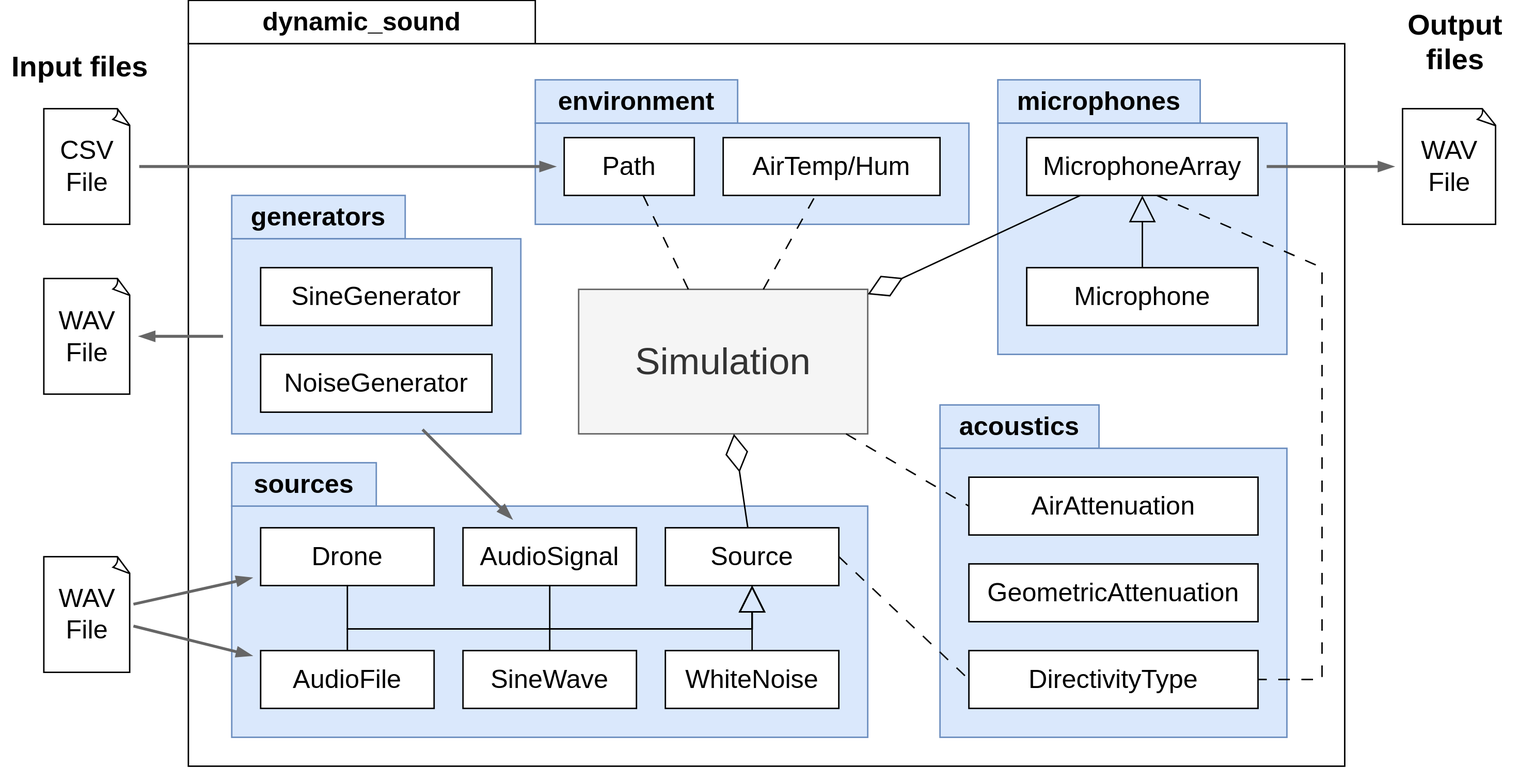
This is docs/_static/img/uml_simplified.drawio.svg from vlsi-nanocomputing/dynamic-sound, a draw.io export, as it was before one commit. Source tidied: cells renumbered, new cells last; positions are measured from the earlier drawing's top-left corner, leaving out a move shared by most shapes.
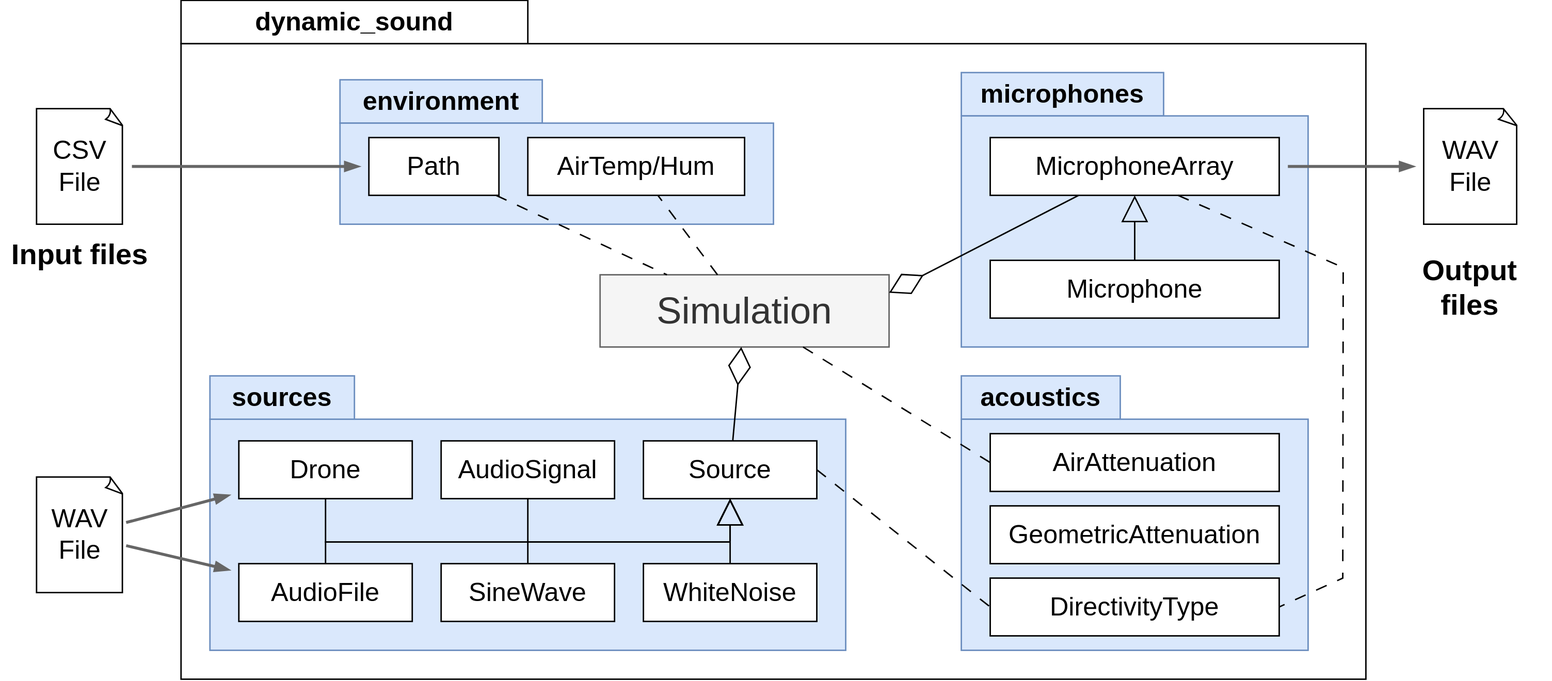
The same diagram one commit later.

The edit, as a diff of the source:
```diff
@@ -3,63 +3,57 @@
     <mxCell id="0" />
     <mxCell id="1" parent="0" />
     <mxCell id="2" value="Output files" style="rounded=1;whiteSpace=wrap;html=1;dashed=1;strokeWidth=1;labelPosition=center;verticalLabelPosition=top;align=center;verticalAlign=bottom;fontSize=20;fontStyle=1;fillColor=none;strokeColor=none;horizontal=1;" parent="1" vertex="1">
-      <mxGeometry x="950" y="55" width="112.5" height="195" as="geometry" />
+      <mxGeometry x="946.2" y="225" width="112.5" height="30" as="geometry" />
     </mxCell>
     <mxCell id="3" value="Input files" style="rounded=1;whiteSpace=wrap;html=1;dashed=1;strokeWidth=2;labelPosition=center;verticalLabelPosition=top;align=center;verticalAlign=bottom;fontSize=20;fontStyle=1;fillColor=none;strokeColor=none;horizontal=1;spacing=2;spacingTop=0;" parent="1" vertex="1">
-      <mxGeometry y="60" width="110" height="450" as="geometry" />
+      <mxGeometry x="-15" y="190" width="110" height="60" as="geometry" />
     </mxCell>
     <mxCell id="4" value="dynamic_sound" style="rounded=0;whiteSpace=wrap;html=1;fontSize=18;fontStyle=1;" parent="1" vertex="1">
-      <mxGeometry x="130" width="240" height="30" as="geometry" />
+      <mxGeometry x="110" width="240" height="30" as="geometry" />
     </mxCell>
     <mxCell id="5" style="rounded=0;whiteSpace=wrap;html=1;" parent="1" vertex="1">
-      <mxGeometry x="130" y="30" width="800" height="500" as="geometry" />
+      <mxGeometry x="110" y="30" width="820" height="440" as="geometry" />
     </mxCell>
     <mxCell id="6" value="environment" style="rounded=0;whiteSpace=wrap;html=1;fontSize=18;fontStyle=1;fillColor=#dae8fc;strokeColor=#6c8ebf;" parent="1" vertex="1">
-      <mxGeometry x="370" y="55" width="140" height="30" as="geometry" />
+      <mxGeometry x="220" y="55" width="140" height="30" as="geometry" />
     </mxCell>
     <mxCell id="7" style="rounded=0;whiteSpace=wrap;html=1;fontSize=18;fontStyle=1;fillColor=#dae8fc;strokeColor=#6c8ebf;" parent="1" vertex="1">
-      <mxGeometry x="370" y="85" width="300" height="70" as="geometry" />
+      <mxGeometry x="220" y="85" width="300" height="70" as="geometry" />
     </mxCell>
     <mxCell id="8" value="acoustics" style="rounded=0;whiteSpace=wrap;html=1;fontSize=18;fontStyle=1;fillColor=#dae8fc;strokeColor=#6c8ebf;" parent="1" vertex="1">
-      <mxGeometry x="650" y="280" width="110" height="30" as="geometry" />
+      <mxGeometry x="650" y="260" width="110" height="30" as="geometry" />
     </mxCell>
     <mxCell id="9" style="rounded=0;whiteSpace=wrap;html=1;fillColor=#dae8fc;strokeColor=#6c8ebf;" parent="1" vertex="1">
-      <mxGeometry x="650" y="310" width="240" height="200" as="geometry" />
+      <mxGeometry x="650" y="290" width="240" height="160" as="geometry" />
     </mxCell>
     <mxCell id="10" value="microphones" style="rounded=0;whiteSpace=wrap;html=1;fontSize=18;fontStyle=1;fillColor=#dae8fc;strokeColor=#6c8ebf;" parent="1" vertex="1">
-      <mxGeometry x="690" y="55" width="140" height="30" as="geometry" />
+      <mxGeometry x="650" y="50" width="140" height="30" as="geometry" />
     </mxCell>
     <mxCell id="11" style="rounded=0;whiteSpace=wrap;html=1;fillColor=#dae8fc;strokeColor=#6c8ebf;" parent="1" vertex="1">
-      <mxGeometry x="690" y="85" width="200" height="160" as="geometry" />
+      <mxGeometry x="650" y="80" width="240" height="160" as="geometry" />
     </mxCell>
-    <mxCell id="12" value="generators" style="rounded=0;whiteSpace=wrap;html=1;fontSize=18;fontStyle=1;fillColor=#dae8fc;strokeColor=#6c8ebf;" parent="1" vertex="1">
-      <mxGeometry x="160" y="135" width="120" height="30" as="geometry" />
-    </mxCell>
-    <mxCell id="13" style="rounded=0;whiteSpace=wrap;html=1;fillColor=#dae8fc;strokeColor=#6c8ebf;" parent="1" vertex="1">
-      <mxGeometry x="160" y="165" width="200" height="135" as="geometry" />
-    </mxCell>
     <mxCell id="14" value="&lt;font style=&quot;font-size: 26px;&quot;&gt;Simulation&lt;/font&gt;" style="rounded=0;whiteSpace=wrap;html=1;fontSize=18;fontStyle=0;fillColor=#f5f5f5;strokeColor=#666666;fontColor=#333333;" parent="1" vertex="1">
-      <mxGeometry x="400" y="200" width="200" height="100" as="geometry" />
+      <mxGeometry x="400" y="190" width="200" height="50" as="geometry" />
     </mxCell>
     <mxCell id="15" value="Microphone" style="rounded=0;whiteSpace=wrap;html=1;fontSize=18;fontStyle=0;" parent="1" vertex="1">
-      <mxGeometry x="710" y="185" width="160" height="40" as="geometry" />
+      <mxGeometry x="670" y="180" width="200" height="40" as="geometry" />
     </mxCell>
     <mxCell id="16" value="MicrophoneArray" style="rounded=0;whiteSpace=wrap;html=1;fontSize=18;fontStyle=0;" parent="1" vertex="1">
-      <mxGeometry x="710" y="95" width="160" height="40" as="geometry" />
+      <mxGeometry x="670" y="95" width="200" height="40" as="geometry" />
     </mxCell>
     <mxCell id="17" style="endArrow=block;endSize=16;endFill=0;html=1;rounded=0;" parent="1" edge="1" source="15" target="16">
       <mxGeometry x="-0.02" y="-29" relative="1" as="geometry" />
     </mxCell>
     <mxCell id="18" value="AirAttenuation" style="rounded=0;whiteSpace=wrap;html=1;fontSize=18;fontStyle=0;" parent="1" vertex="1">
-      <mxGeometry x="670" y="330" width="200" height="40" as="geometry" />
+      <mxGeometry x="670" y="300" width="200" height="40" as="geometry" />
     </mxCell>
     <mxCell id="19" value="Path" style="rounded=0;whiteSpace=wrap;html=1;fontSize=18;fontStyle=0;" parent="1" vertex="1">
-      <mxGeometry x="390" y="95" width="90" height="40" as="geometry" />
+      <mxGeometry x="240" y="95" width="90" height="40" as="geometry" />
     </mxCell>
     <mxCell id="20" value="AirTemp/Hum" style="rounded=0;whiteSpace=wrap;html=1;fontSize=18;fontStyle=0;" parent="1" vertex="1">
-      <mxGeometry x="500" y="95" width="150" height="40" as="geometry" />
+      <mxGeometry x="350" y="95" width="150" height="40" as="geometry" />
     </mxCell>
-    <mxCell id="21" style="endArrow=none;startArrow=diamondThin;endFill=0;startFill=0;html=1;verticalAlign=bottom;labelBackgroundColor=none;strokeWidth=1;startSize=24;endSize=8;rounded=0;" parent="1" edge="1" source="14" target="16">
+    <mxCell id="21" style="endArrow=none;startArrow=diamondThin;endFill=0;startFill=0;html=1;verticalAlign=bottom;labelBackgroundColor=none;strokeWidth=1;startSize=24;endSize=8;rounded=0;exitX=1;exitY=0.25;exitDx=0;exitDy=0;" parent="1" edge="1" source="14" target="16">
       <mxGeometry relative="1" as="geometry" />
     </mxCell>
     <mxCell id="22" style="endArrow=none;startArrow=none;endFill=0;startFill=0;html=1;verticalAlign=bottom;labelBackgroundColor=none;strokeWidth=1;startSize=24;endSize=8;rounded=0;dashed=1;dashPattern=8 8;" parent="1" edge="1" source="14" target="20">
@@ -72,7 +66,7 @@
       <mxGeometry x="970" y="75" width="65" height="80" as="geometry" />
     </mxCell>
     <mxCell id="25" value="&lt;font style=&quot;font-size: 18px;&quot;&gt;CSV File&lt;/font&gt;" style="whiteSpace=wrap;html=1;shape=mxgraph.basic.document;" parent="1" vertex="1">
-      <mxGeometry x="30" y="75" width="60" height="80" as="geometry" />
+      <mxGeometry x="10" y="75" width="60" height="80" as="geometry" />
     </mxCell>
     <mxCell id="26" style="edgeStyle=orthogonalEdgeStyle;rounded=0;jettySize=auto;html=1;strokeWidth=2;endArrow=none;endFill=0;startArrow=blockThin;startFill=1;shape=pipe;targetPerimeterSpacing=6;sourcePerimeterSpacing=6;startSize=6;fillColor=#f5f5f5;strokeColor=#666666;" parent="1" edge="1" source="19" target="25">
       <mxGeometry relative="1" as="geometry" />
@@ -81,77 +75,65 @@
       <mxGeometry relative="1" as="geometry" />
     </mxCell>
     <mxCell id="28" style="rounded=0;whiteSpace=wrap;html=1;fillColor=#dae8fc;strokeColor=#6c8ebf;" parent="1" vertex="1">
-      <mxGeometry x="160" y="350" width="440" height="160" as="geometry" />
+      <mxGeometry x="130" y="290" width="440" height="160" as="geometry" />
     </mxCell>
     <mxCell id="29" value="sources" style="rounded=0;whiteSpace=wrap;html=1;fontSize=18;fontStyle=1;fillColor=#dae8fc;strokeColor=#6c8ebf;" parent="1" vertex="1">
-      <mxGeometry x="160" y="320" width="100" height="30" as="geometry" />
+      <mxGeometry x="130" y="260" width="100" height="30" as="geometry" />
     </mxCell>
     <mxCell id="30" value="WhiteNoise" style="rounded=0;whiteSpace=wrap;html=1;fontSize=18;fontStyle=0;" parent="1" vertex="1">
-      <mxGeometry x="460" y="450" width="120" height="40" as="geometry" />
+      <mxGeometry x="430" y="390" width="120" height="40" as="geometry" />
     </mxCell>
     <mxCell id="31" value="SineWave" style="rounded=0;whiteSpace=wrap;html=1;fontSize=18;fontStyle=0;" parent="1" vertex="1">
-      <mxGeometry x="320" y="450" width="120" height="40" as="geometry" />
+      <mxGeometry x="290" y="390" width="120" height="40" as="geometry" />
     </mxCell>
     <mxCell id="32" value="AudioFile" style="rounded=0;whiteSpace=wrap;html=1;fontSize=18;fontStyle=0;" parent="1" vertex="1">
-      <mxGeometry x="180" y="450" width="120" height="40" as="geometry" />
+      <mxGeometry x="150" y="390" width="120" height="40" as="geometry" />
     </mxCell>
     <mxCell id="33" value="Source" style="rounded=0;whiteSpace=wrap;html=1;fontSize=18;fontStyle=0;" parent="1" vertex="1">
-      <mxGeometry x="460" y="365" width="120" height="40" as="geometry" />
+      <mxGeometry x="430" y="305" width="120" height="40" as="geometry" />
     </mxCell>
     <mxCell id="34" style="endArrow=block;endSize=16;endFill=0;html=1;rounded=0;edgeStyle=orthogonalEdgeStyle;" parent="1" edge="1" source="30" target="33">
       <mxGeometry x="-0.02" y="-29" relative="1" as="geometry">
         <Array as="points">
-          <mxPoint x="520" y="435" />
-          <mxPoint x="520" y="435" />
+          <mxPoint x="490" y="375" />
+          <mxPoint x="490" y="375" />
         </Array>
       </mxGeometry>
     </mxCell>
     <mxCell id="35" style="endArrow=block;endSize=16;endFill=0;html=1;rounded=0;entryX=0.5;entryY=1;entryDx=0;entryDy=0;exitX=0.5;exitY=0;exitDx=0;exitDy=0;edgeStyle=orthogonalEdgeStyle;" parent="1" edge="1" source="31" target="33">
       <mxGeometry x="-0.02" y="-29" relative="1" as="geometry">
         <Array as="points">
-          <mxPoint x="380" y="435" />
-          <mxPoint x="520" y="435" />
+          <mxPoint x="350" y="375" />
+          <mxPoint x="490" y="375" />
         </Array>
       </mxGeometry>
     </mxCell>
     <mxCell id="36" style="endArrow=block;endSize=16;endFill=0;html=1;rounded=0;entryX=0.5;entryY=1;entryDx=0;entryDy=0;exitX=0.5;exitY=0;exitDx=0;exitDy=0;edgeStyle=orthogonalEdgeStyle;" parent="1" edge="1" source="32" target="33">
       <mxGeometry x="-0.02" y="-29" relative="1" as="geometry">
         <Array as="points">
-          <mxPoint x="240" y="435" />
-          <mxPoint x="520" y="435" />
+          <mxPoint x="210" y="375" />
+          <mxPoint x="490" y="375" />
         </Array>
       </mxGeometry>
     </mxCell>
     <mxCell id="37" value="WAV File" style="whiteSpace=wrap;html=1;shape=mxgraph.basic.document;fontSize=18;" parent="1" vertex="1">
-      <mxGeometry x="30" y="385" width="60" height="80" as="geometry" />
+      <mxGeometry x="10" y="330" width="60" height="80" as="geometry" />
     </mxCell>
     <mxCell id="38" style="rounded=0;jettySize=auto;html=1;strokeWidth=2;endArrow=none;endFill=0;startArrow=blockThin;startFill=1;fillColor=#f5f5f5;strokeColor=#666666;shape=pipe;targetPerimeterSpacing=2;sourcePerimeterSpacing=6;startSize=6;" parent="1" edge="1" source="32" target="37">
       <mxGeometry relative="1" as="geometry" />
     </mxCell>
-    <mxCell id="39" value="NoiseGenerator" style="rounded=0;whiteSpace=wrap;html=1;fontSize=18;fontStyle=0;" parent="1" vertex="1">
-      <mxGeometry x="180" y="245" width="160" height="40" as="geometry" />
-    </mxCell>
-    <mxCell id="40" value="SineGenerator" style="rounded=0;whiteSpace=wrap;html=1;fontSize=18;fontStyle=0;" parent="1" vertex="1">
-      <mxGeometry x="180" y="185" width="160" height="40" as="geometry" />
-    </mxCell>
-    <mxCell id="41" value="WAV File" style="whiteSpace=wrap;html=1;shape=mxgraph.basic.document;fontSize=18;" parent="1" vertex="1">
-      <mxGeometry x="30" y="192.5" width="60" height="80" as="geometry" />
-    </mxCell>
-    <mxCell id="42" style="rounded=0;jettySize=auto;html=1;strokeWidth=2;endArrow=none;endFill=0;startArrow=blockThin;startFill=1;fillColor=#f5f5f5;strokeColor=#666666;shape=pipe;targetPerimeterSpacing=6;sourcePerimeterSpacing=6;startSize=6;anchorPointDirection=1;" parent="1" edge="1" source="41" target="13">
-      <mxGeometry relative="1" as="geometry" />
-    </mxCell>
     <mxCell id="43" value="GeometricAttenuation" style="rounded=0;whiteSpace=wrap;html=1;fontSize=18;fontStyle=0;" parent="1" vertex="1">
-      <mxGeometry x="670" y="390" width="200" height="40" as="geometry" />
+      <mxGeometry x="670" y="350" width="200" height="40" as="geometry" />
     </mxCell>
     <mxCell id="44" value="DirectivityType" style="rounded=0;whiteSpace=wrap;html=1;fontSize=18;fontStyle=0;" parent="1" vertex="1">
-      <mxGeometry x="670" y="450" width="200" height="40" as="geometry" />
+      <mxGeometry x="670" y="400" width="200" height="40" as="geometry" />
     </mxCell>
     <mxCell id="45" style="endArrow=none;endSize=12;html=1;rounded=0;endFill=0;dashed=1;dashPattern=8 8;entryX=1;entryY=0.5;entryDx=0;entryDy=0;" parent="1" edge="1" target="44">
       <mxGeometry relative="1" as="geometry">
         <mxPoint x="800" y="135" as="sourcePoint" />
         <Array as="points">
           <mxPoint x="914.3" y="185" />
-          <mxPoint x="914.3" y="470" />
+          <mxPoint x="914" y="400" />
         </Array>
       </mxGeometry>
     </mxCell>
@@ -159,27 +141,24 @@
       <mxGeometry relative="1" as="geometry" />
     </mxCell>
     <mxCell id="47" value="Drone" style="rounded=0;whiteSpace=wrap;html=1;fontSize=18;fontStyle=0;" parent="1" vertex="1">
-      <mxGeometry x="180" y="365" width="120" height="40" as="geometry" />
+      <mxGeometry x="150" y="305" width="120" height="40" as="geometry" />
     </mxCell>
-    <mxCell id="48" style="rounded=0;jettySize=auto;html=1;strokeWidth=2;endArrow=none;endFill=0;startArrow=blockThin;startFill=1;fillColor=#f5f5f5;strokeColor=#666666;shape=pipe;targetPerimeterSpacing=12;sourcePerimeterSpacing=6;startSize=6;anchorPointDirection=1;" parent="1" edge="1" source="50" target="39">
-      <mxGeometry relative="1" as="geometry" />
-    </mxCell>
     <mxCell id="49" style="endArrow=block;endSize=16;endFill=0;html=1;rounded=0;edgeStyle=orthogonalEdgeStyle;" parent="1" edge="1" source="47" target="33">
       <mxGeometry x="-0.02" y="-29" relative="1" as="geometry">
         <Array as="points">
-          <mxPoint x="240" y="435" />
-          <mxPoint x="520" y="435" />
+          <mxPoint x="210" y="375" />
+          <mxPoint x="490" y="375" />
         </Array>
       </mxGeometry>
     </mxCell>
     <mxCell id="50" value="AudioSignal" style="rounded=0;whiteSpace=wrap;html=1;fontSize=18;fontStyle=0;" parent="1" vertex="1">
-      <mxGeometry x="320" y="365" width="120" height="40" as="geometry" />
+      <mxGeometry x="290" y="305" width="120" height="40" as="geometry" />
     </mxCell>
     <mxCell id="51" style="endArrow=block;endSize=16;endFill=0;html=1;rounded=0;edgeStyle=orthogonalEdgeStyle;" parent="1" edge="1" source="50" target="33">
       <mxGeometry x="-0.02" y="-29" relative="1" as="geometry">
         <Array as="points">
-          <mxPoint x="380" y="435" />
-          <mxPoint x="520" y="435" />
+          <mxPoint x="350" y="375" />
+          <mxPoint x="490" y="375" />
         </Array>
       </mxGeometry>
     </mxCell>
```
